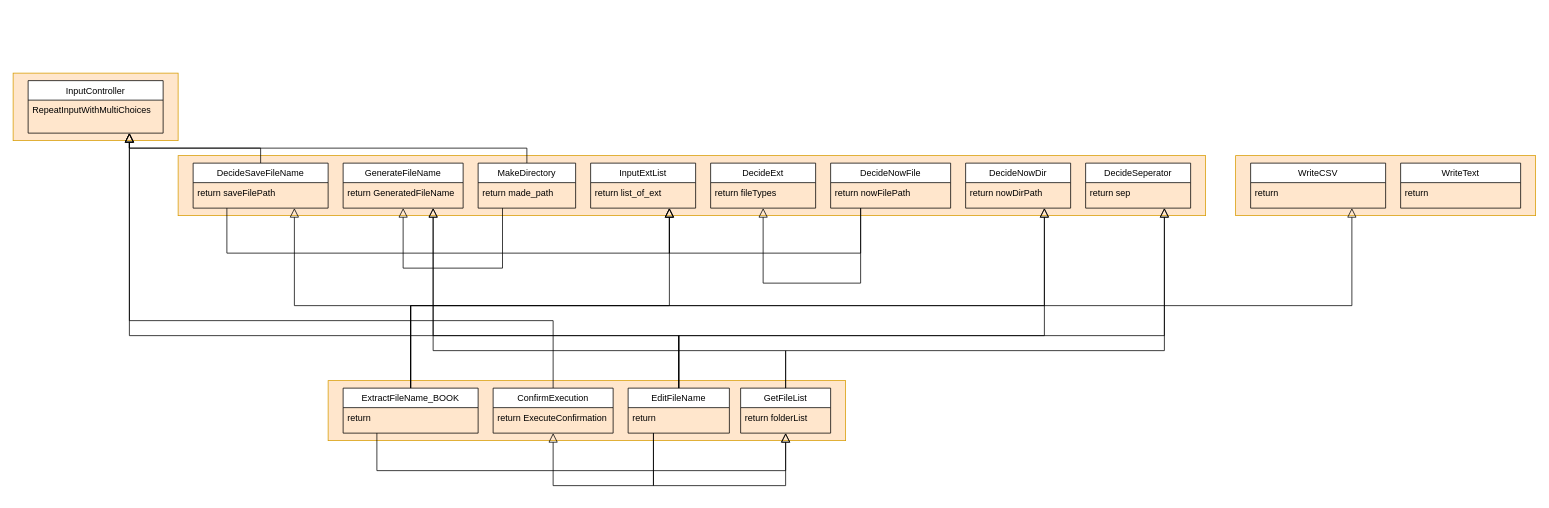
This is page "04_FileListGetter" (5 of 7) of LandmasterLibrary/_Module_Diagram.drawio from landmaster135/pyclone-tornado, a draw.io file, before an edit. Source tidied: cells renumbered, new cells numbered last; positions are measured from the earlier drawing's top-left corner, leaving out a move shared by most shapes. Both pictures are drawn from the tidied source at 75%, with x=0, y=0 at pixel (13, 73).
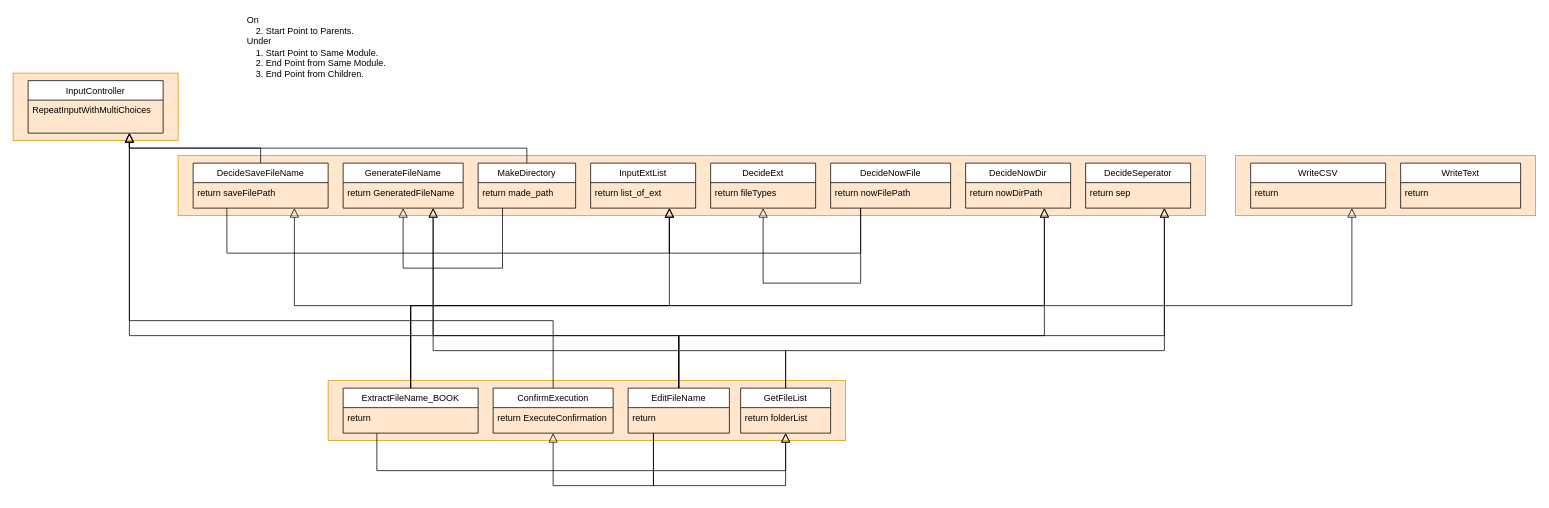
Above is the later version.

What changed in the source:
```diff
@@
+    <mxCell id="56" value="On&lt;br&gt;　2. Start Point to Parents.&lt;br&gt;Under&lt;br&gt;　1. Start Point to Same Module.&lt;br&gt;　2. End Point from Same Module.&lt;br&gt;　3. End Point from Children." style="text;html=1;strokeColor=none;fillColor=none;align=left;verticalAlign=middle;whiteSpace=wrap;rounded=0;" parent="1" vertex="1">
+      <mxGeometry x="310" y="-80" width="240" height="90" as="geometry" />
+    </mxCell>
```
